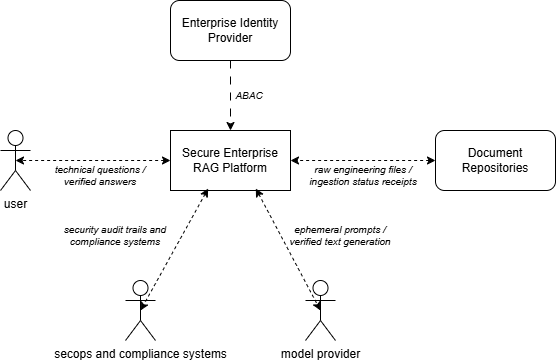
The draw.io diagram images/03_1_business_context.drawio.png in TanguyCarpaye/secure-rag, before a commit. Source tidied: cells renumbered, new cells last; positions are measured from the earlier drawing's top-left corner, leaving out a move shared by most shapes.
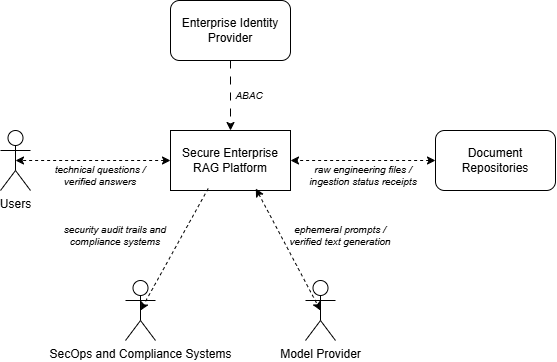
Later version of the same file.

Commit message:
Mettre à jour 03_1_business_context.drawio.png

Change to the diagram source:
```diff
@@ -2,13 +2,13 @@
   <root>
     <mxCell id="0" />
     <mxCell id="1" parent="0" />
-    <mxCell id="2" value="user" style="shape=umlActor;verticalLabelPosition=bottom;verticalAlign=top;html=1;outlineConnect=0;" parent="1" vertex="1">
+    <mxCell id="2" value="Users" style="shape=umlActor;verticalLabelPosition=bottom;verticalAlign=top;html=1;outlineConnect=0;" parent="1" vertex="1">
       <mxGeometry y="130" width="30" height="60" as="geometry" />
     </mxCell>
-    <mxCell id="3" value="model provider" style="shape=umlActor;verticalLabelPosition=bottom;verticalAlign=top;html=1;outlineConnect=0;" parent="1" vertex="1">
+    <mxCell id="3" value="Model Provider" style="shape=umlActor;verticalLabelPosition=bottom;verticalAlign=top;html=1;outlineConnect=0;" parent="1" vertex="1">
       <mxGeometry x="305" y="280" width="30" height="60" as="geometry" />
     </mxCell>
-    <mxCell id="4" value="secops and compliance systems" style="shape=umlActor;verticalLabelPosition=bottom;verticalAlign=top;html=1;outlineConnect=0;" parent="1" vertex="1">
+    <mxCell id="4" value="SecOps and Compliance Systems" style="shape=umlActor;verticalLabelPosition=bottom;verticalAlign=top;html=1;outlineConnect=0;" parent="1" vertex="1">
       <mxGeometry x="125" y="280" width="30" height="60" as="geometry" />
     </mxCell>
     <mxCell id="5" value="Secure Enterprise RAG Platform" style="rounded=0;whiteSpace=wrap;html=1;" parent="1" vertex="1">
@@ -23,7 +23,7 @@
     <mxCell id="8" style="endArrow=classic;startArrow=classic;html=1;rounded=0;entryX=0.5;entryY=0.5;entryDx=0;entryDy=0;entryPerimeter=0;dashed=1;exitX=0.711;exitY=0.967;exitDx=0;exitDy=0;exitPerimeter=0;" parent="1" edge="1" source="5" target="3">
       <mxGeometry relative="1" as="geometry" />
     </mxCell>
-    <mxCell id="9" style="endArrow=classic;startArrow=classic;html=1;rounded=0;entryX=0.5;entryY=0.5;entryDx=0;entryDy=0;entryPerimeter=0;exitX=0.314;exitY=0.967;exitDx=0;exitDy=0;dashed=1;exitPerimeter=0;" parent="1" edge="1" source="5" target="4">
+    <mxCell id="9" style="endArrow=classic;startArrow=none;html=1;rounded=0;entryX=0.5;entryY=0.5;entryDx=0;entryDy=0;entryPerimeter=0;exitX=0.314;exitY=0.967;exitDx=0;exitDy=0;dashed=1;exitPerimeter=0;startFill=0;" parent="1" edge="1" source="5" target="4">
       <mxGeometry relative="1" as="geometry" />
     </mxCell>
     <mxCell id="10" style="endArrow=classic;startArrow=classic;html=1;rounded=0;entryX=1;entryY=0.5;entryDx=0;entryDy=0;exitX=0;exitY=0.5;exitDx=0;exitDy=0;dashed=1;" parent="1" edge="1" source="6" target="5">
```
